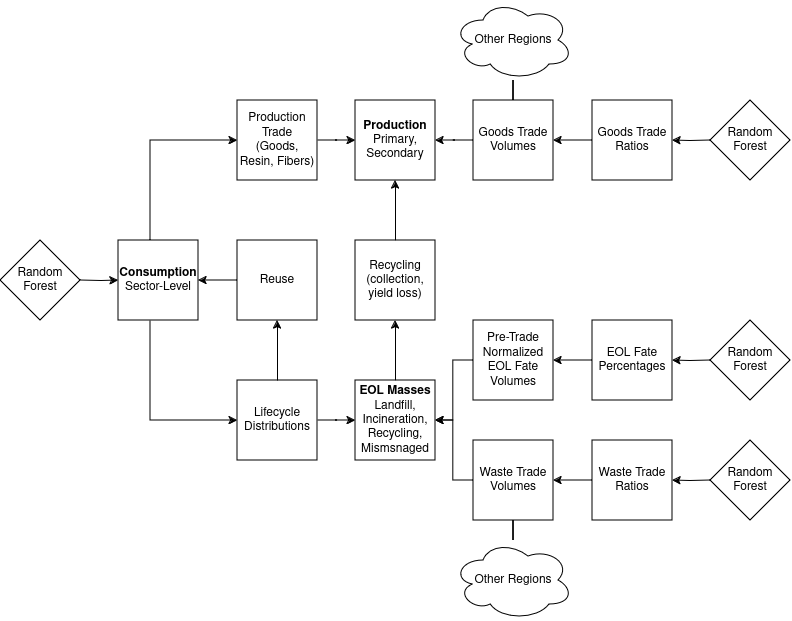
Before: flowChart.png, a diagram exported from draw.io (SchmidtDSE/plastics-interventions-doc). Source tidied: cells renumbered, new cells last; positions are measured from the earlier drawing's top-left corner, leaving out a move shared by most shapes.
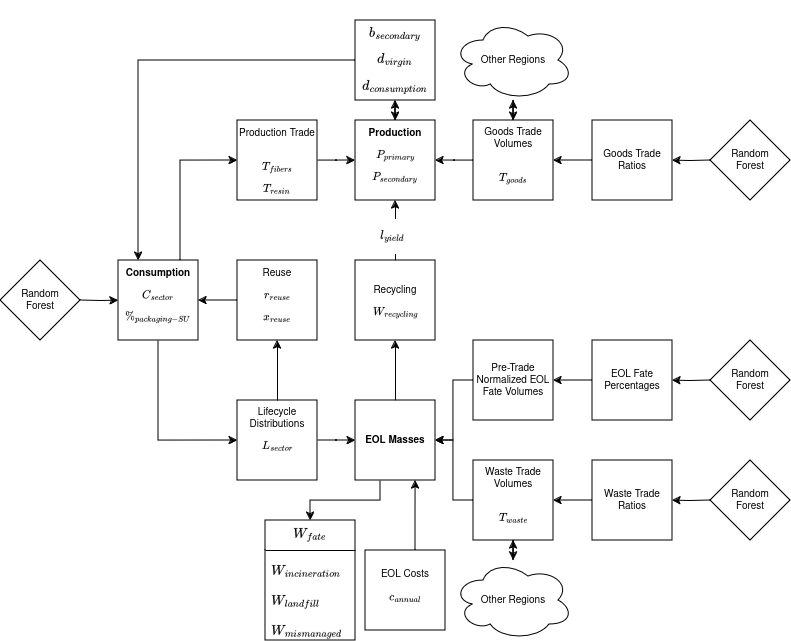
The same file after the commit.

What changed in the source:
```diff
@@ -1,151 +1,191 @@
-<mxGraphModel>
+<mxGraphModel math="1">
   <root>
     <mxCell id="0" />
     <mxCell id="1" parent="0" />
-    <mxCell id="2" style="edgeStyle=orthogonalEdgeStyle;rounded=0;jettySize=auto;html=1;" parent="1" edge="1" target="5">
+    <mxCell id="2" style="edgeStyle=orthogonalEdgeStyle;rounded=0;jettySize=auto;html=1;fontSize=10;" parent="1" edge="1" target="5">
       <mxGeometry relative="1" as="geometry">
         <mxPoint x="80" y="280" as="sourcePoint" />
       </mxGeometry>
     </mxCell>
-    <mxCell id="3" style="edgeStyle=orthogonalEdgeStyle;rounded=0;jettySize=auto;html=1;entryX=0;entryY=0.5;entryDx=0;entryDy=0;" parent="1" edge="1" source="5" target="36">
+    <mxCell id="3" style="edgeStyle=orthogonalEdgeStyle;rounded=0;jettySize=auto;html=1;entryX=0;entryY=0.5;entryDx=0;entryDy=0;fontSize=10;" parent="1" edge="1" source="5" target="36">
       <mxGeometry relative="1" as="geometry">
         <Array as="points">
-          <mxPoint x="150" y="420" />
+          <mxPoint x="158" y="420" />
         </Array>
       </mxGeometry>
     </mxCell>
-    <mxCell id="4" style="edgeStyle=orthogonalEdgeStyle;rounded=0;jettySize=auto;html=1;entryX=0;entryY=0.5;entryDx=0;entryDy=0;" parent="1" edge="1" source="5" target="37">
+    <mxCell id="4" style="edgeStyle=orthogonalEdgeStyle;rounded=0;jettySize=auto;html=1;entryX=0;entryY=0.5;entryDx=0;entryDy=0;fontSize=10;" parent="1" edge="1" source="5" target="37">
       <mxGeometry relative="1" as="geometry">
         <Array as="points">
-          <mxPoint x="150" y="140" />
+          <mxPoint x="180" y="140" />
         </Array>
       </mxGeometry>
     </mxCell>
-    <mxCell id="5" value="&lt;div&gt;Consumption&lt;/div&gt;&lt;div&gt;&lt;span style=&quot;font-weight: normal;&quot;&gt;Sector-Level&lt;/span&gt;&lt;br&gt;&lt;/div&gt;" style="whiteSpace=wrap;html=1;fontStyle=1;flipH=1;" parent="1" vertex="1">
+    <mxCell id="5" value="&lt;div style=&quot;font-size: 10px;&quot;&gt;&lt;br&gt;&lt;/div&gt;&lt;div style=&quot;font-size: 10px;&quot;&gt;Consumption&lt;/div&gt;&lt;div&gt;&lt;span style=&quot;font-weight: normal;&quot;&gt;$$C_{sector}$$ $$\%_{packaging-SU}$$&lt;br&gt;&lt;/span&gt;&lt;/div&gt;" style="whiteSpace=wrap;html=1;fontStyle=1;flipH=1;fontSize=10;" parent="1" vertex="1">
       <mxGeometry x="118" y="240" width="80" height="80" as="geometry" />
     </mxCell>
-    <mxCell id="6" style="edgeStyle=orthogonalEdgeStyle;rounded=0;jettySize=auto;html=1;" parent="1" edge="1" source="36" target="41">
+    <mxCell id="6" style="edgeStyle=orthogonalEdgeStyle;rounded=0;jettySize=auto;html=1;fontSize=10;" parent="1" edge="1" source="36" target="41">
       <mxGeometry relative="1" as="geometry" />
     </mxCell>
-    <mxCell id="7" style="edgeStyle=orthogonalEdgeStyle;rounded=0;jettySize=auto;html=1;" parent="1" edge="1" source="28" target="41">
+    <mxCell id="7" style="edgeStyle=orthogonalEdgeStyle;rounded=0;jettySize=auto;html=1;fontSize=10;" parent="1" edge="1" source="28" target="41">
       <mxGeometry relative="1" as="geometry" />
     </mxCell>
-    <mxCell id="8" style="edgeStyle=orthogonalEdgeStyle;rounded=0;jettySize=auto;html=1;" parent="1" edge="1" source="29" target="41">
+    <mxCell id="8" style="edgeStyle=orthogonalEdgeStyle;rounded=0;jettySize=auto;html=1;fontSize=10;" parent="1" edge="1" source="29" target="41">
       <mxGeometry relative="1" as="geometry" />
     </mxCell>
-    <mxCell id="9" style="edgeStyle=orthogonalEdgeStyle;rounded=0;jettySize=auto;html=1;" parent="1" edge="1" source="24" target="29">
+    <mxCell id="9" style="edgeStyle=orthogonalEdgeStyle;rounded=0;jettySize=auto;html=1;fontSize=10;" parent="1" edge="1" source="24" target="29">
       <mxGeometry relative="1" as="geometry" />
     </mxCell>
-    <mxCell id="10" style="edgeStyle=orthogonalEdgeStyle;rounded=0;jettySize=auto;html=1;" parent="1" edge="1" source="25" target="28">
+    <mxCell id="10" style="edgeStyle=orthogonalEdgeStyle;rounded=0;jettySize=auto;html=1;fontSize=10;" parent="1" edge="1" source="25" target="28">
       <mxGeometry relative="1" as="geometry" />
     </mxCell>
-    <mxCell id="11" style="edgeStyle=orthogonalEdgeStyle;rounded=0;jettySize=auto;html=1;" parent="1" edge="1" target="25">
+    <mxCell id="11" style="edgeStyle=orthogonalEdgeStyle;rounded=0;jettySize=auto;html=1;fontSize=10;" parent="1" edge="1" target="25">
       <mxGeometry relative="1" as="geometry">
         <mxPoint x="710" y="360" as="sourcePoint" />
       </mxGeometry>
     </mxCell>
-    <mxCell id="12" style="edgeStyle=orthogonalEdgeStyle;rounded=0;jettySize=auto;html=1;" parent="1" edge="1" target="24">
+    <mxCell id="12" style="edgeStyle=orthogonalEdgeStyle;rounded=0;jettySize=auto;html=1;fontSize=10;" parent="1" edge="1" target="24">
       <mxGeometry relative="1" as="geometry">
         <mxPoint x="710" y="480" as="sourcePoint" />
       </mxGeometry>
     </mxCell>
-    <mxCell id="13" style="edgeStyle=orthogonalEdgeStyle;rounded=0;jettySize=auto;html=1;entryX=0;entryY=0.5;entryDx=0;entryDy=0;" parent="1" edge="1" source="37" target="42">
+    <mxCell id="13" style="edgeStyle=orthogonalEdgeStyle;rounded=0;jettySize=auto;html=1;entryX=0;entryY=0.5;entryDx=0;entryDy=0;fontSize=10;" parent="1" edge="1" source="37" target="42">
       <mxGeometry relative="1" as="geometry" />
     </mxCell>
-    <mxCell id="14" style="edgeStyle=orthogonalEdgeStyle;rounded=0;jettySize=auto;html=1;entryX=1;entryY=0.5;entryDx=0;entryDy=0;" parent="1" edge="1" source="30" target="42">
+    <mxCell id="14" style="edgeStyle=orthogonalEdgeStyle;rounded=0;jettySize=auto;html=1;entryX=1;entryY=0.5;entryDx=0;entryDy=0;fontSize=10;" parent="1" edge="1" source="30" target="42">
       <mxGeometry relative="1" as="geometry" />
     </mxCell>
-    <mxCell id="15" style="edgeStyle=orthogonalEdgeStyle;rounded=0;jettySize=auto;html=1;" parent="1" edge="1" source="26" target="30">
+    <mxCell id="15" style="edgeStyle=orthogonalEdgeStyle;rounded=0;jettySize=auto;html=1;fontSize=10;" parent="1" edge="1" source="26" target="30">
       <mxGeometry relative="1" as="geometry" />
     </mxCell>
-    <mxCell id="16" style="edgeStyle=orthogonalEdgeStyle;rounded=0;jettySize=auto;html=1;" parent="1" edge="1" target="26">
+    <mxCell id="16" style="edgeStyle=orthogonalEdgeStyle;rounded=0;jettySize=auto;html=1;fontSize=10;" parent="1" edge="1" target="26">
       <mxGeometry relative="1" as="geometry">
         <mxPoint x="710" y="140" as="sourcePoint" />
       </mxGeometry>
     </mxCell>
-    <mxCell id="17" style="edgeStyle=orthogonalEdgeStyle;rounded=0;jettySize=auto;html=1;" parent="1" edge="1" source="38" target="5">
+    <mxCell id="17" style="edgeStyle=orthogonalEdgeStyle;rounded=0;jettySize=auto;html=1;fontSize=10;" parent="1" edge="1" source="38" target="5">
       <mxGeometry relative="1" as="geometry" />
     </mxCell>
-    <mxCell id="18" value="&lt;div&gt;Random&lt;/div&gt;&lt;div&gt;Forest&lt;br&gt;&lt;/div&gt;" style="rhombus;whiteSpace=wrap;html=1;flipH=1;" parent="1" vertex="1">
+    <mxCell id="18" value="&lt;div style=&quot;font-size: 10px;&quot;&gt;Random&lt;/div&gt;&lt;div style=&quot;font-size: 10px;&quot;&gt;Forest&lt;br style=&quot;font-size: 10px;&quot;&gt;&lt;/div&gt;" style="rhombus;whiteSpace=wrap;html=1;flipH=1;fontSize=10;" parent="1" vertex="1">
       <mxGeometry y="240" width="80" height="80" as="geometry" />
     </mxCell>
-    <mxCell id="19" style="group;flipH=1;" parent="1" vertex="1">
+    <mxCell id="19" style="group;flipH=1;fontSize=10;" parent="1" vertex="1">
       <mxGeometry x="710" y="100" width="80" height="420" as="geometry" />
     </mxCell>
-    <mxCell id="20" value="&lt;div&gt;Random&lt;/div&gt;&lt;div&gt;Forest&lt;br&gt;&lt;/div&gt;" style="rhombus;whiteSpace=wrap;html=1;" parent="19" vertex="1">
+    <mxCell id="20" value="&lt;div style=&quot;font-size: 10px;&quot;&gt;Random&lt;/div&gt;&lt;div style=&quot;font-size: 10px;&quot;&gt;Forest&lt;br style=&quot;font-size: 10px;&quot;&gt;&lt;/div&gt;" style="rhombus;whiteSpace=wrap;html=1;fontSize=10;" parent="19" vertex="1">
       <mxGeometry width="80" height="80" as="geometry" />
     </mxCell>
-    <mxCell id="21" value="&lt;div&gt;Random&lt;/div&gt;&lt;div&gt;Forest&lt;br&gt;&lt;/div&gt;" style="rhombus;whiteSpace=wrap;html=1;" parent="19" vertex="1">
+    <mxCell id="21" value="&lt;div style=&quot;font-size: 10px;&quot;&gt;Random&lt;/div&gt;&lt;div style=&quot;font-size: 10px;&quot;&gt;Forest&lt;br style=&quot;font-size: 10px;&quot;&gt;&lt;/div&gt;" style="rhombus;whiteSpace=wrap;html=1;fontSize=10;" parent="19" vertex="1">
       <mxGeometry y="220" width="80" height="80" as="geometry" />
     </mxCell>
-    <mxCell id="22" value="&lt;div&gt;Random&lt;/div&gt;&lt;div&gt;Forest&lt;br&gt;&lt;/div&gt;" style="rhombus;whiteSpace=wrap;html=1;" parent="19" vertex="1">
+    <mxCell id="22" value="&lt;div style=&quot;font-size: 10px;&quot;&gt;Random&lt;/div&gt;&lt;div style=&quot;font-size: 10px;&quot;&gt;Forest&lt;br style=&quot;font-size: 10px;&quot;&gt;&lt;/div&gt;" style="rhombus;whiteSpace=wrap;html=1;fontSize=10;" parent="19" vertex="1">
       <mxGeometry y="340" width="80" height="80" as="geometry" />
     </mxCell>
-    <mxCell id="23" style="group;flipH=1;" parent="1" vertex="1">
+    <mxCell id="23" style="group;flipH=1;fontSize=10;" parent="1" vertex="1">
       <mxGeometry x="592" y="100" width="80" height="420" as="geometry" />
     </mxCell>
-    <mxCell id="24" value="Waste Trade Ratios" style="whiteSpace=wrap;html=1;" parent="23" vertex="1">
+    <mxCell id="24" value="Waste Trade Ratios" style="whiteSpace=wrap;html=1;fontSize=10;" parent="23" vertex="1">
       <mxGeometry y="340" width="80" height="80" as="geometry" />
     </mxCell>
-    <mxCell id="25" value="EOL Fate Percentages" style="whiteSpace=wrap;html=1;" parent="23" vertex="1">
+    <mxCell id="25" value="EOL Fate Percentages" style="whiteSpace=wrap;html=1;fontSize=10;" parent="23" vertex="1">
       <mxGeometry y="220" width="80" height="80" as="geometry" />
     </mxCell>
-    <mxCell id="26" value="&lt;div&gt;Goods Trade&lt;/div&gt;&lt;div&gt;Ratios&lt;br&gt;&lt;/div&gt;" style="whiteSpace=wrap;html=1;" parent="23" vertex="1">
+    <mxCell id="26" value="&lt;div style=&quot;font-size: 10px;&quot;&gt;Goods Trade&lt;/div&gt;&lt;div style=&quot;font-size: 10px;&quot;&gt;Ratios&lt;br style=&quot;font-size: 10px;&quot;&gt;&lt;/div&gt;" style="whiteSpace=wrap;html=1;fontSize=10;" parent="23" vertex="1">
       <mxGeometry width="80" height="80" as="geometry" />
     </mxCell>
-    <mxCell id="27" style="group;flipH=1;" parent="1" vertex="1">
-      <mxGeometry x="453" width="120" height="620" as="geometry" />
-    </mxCell>
+    <mxCell id="35" style="group;flipH=1;fontSize=10;" parent="1" vertex="1">
+      <mxGeometry x="237" y="100" width="80" height="360" as="geometry" />
+    </mxCell>
+    <mxCell id="36" value="&lt;div style=&quot;font-size: 10px;&quot;&gt;Lifecycle&lt;/div&gt;&lt;div style=&quot;font-size: 10px;&quot;&gt;Distributions&lt;br style=&quot;font-size: 10px;&quot;&gt;&lt;/div&gt;&lt;div&gt;$$L_{sector}$$&lt;br&gt;&lt;/div&gt;" style="whiteSpace=wrap;html=1;fontSize=10;" parent="35" vertex="1">
+      <mxGeometry y="280" width="80" height="80" as="geometry" />
+    </mxCell>
+    <mxCell id="37" value="&lt;div style=&quot;font-size: 10px;&quot;&gt;&lt;br&gt;&lt;/div&gt;&lt;div style=&quot;font-size: 10px;&quot;&gt;Production Trade&lt;/div&gt;&amp;nbsp;$$T_{fibers}$$ $$T_{resin}$$" style="whiteSpace=wrap;html=1;fontSize=10;" parent="35" vertex="1">
+      <mxGeometry width="80" height="80" as="geometry" />
+    </mxCell>
+    <mxCell id="38" value="&lt;div&gt;Reuse&lt;/div&gt;$$r_{reuse}$$ $$x_{reuse}$$" style="whiteSpace=wrap;html=1;fontSize=10;" parent="35" vertex="1">
+      <mxGeometry y="140" width="80" height="80" as="geometry" />
+    </mxCell>
+    <mxCell id="39" style="edgeStyle=orthogonalEdgeStyle;rounded=0;jettySize=auto;html=1;fontSize=10;" parent="35" edge="1" source="36" target="38">
+      <mxGeometry relative="1" as="geometry" />
+    </mxCell>
+    <mxCell id="40" style="edgeStyle=orthogonalEdgeStyle;rounded=0;jettySize=auto;html=1;fontSize=10;" parent="1" edge="1" source="41" target="44">
+      <mxGeometry relative="1" as="geometry" />
+    </mxCell>
+    <mxCell id="45" style="edgeStyle=orthogonalEdgeStyle;rounded=0;jettySize=auto;html=1;" parent="1" edge="1" source="41" target="47">
+      <mxGeometry relative="1" as="geometry">
+        <Array as="points">
+          <mxPoint x="380" y="480" />
+          <mxPoint x="310" y="480" />
+        </Array>
+      </mxGeometry>
+    </mxCell>
+    <mxCell id="41" value="&lt;div style=&quot;font-size: 10px;&quot;&gt;EOL Masses&lt;/div&gt;" style="whiteSpace=wrap;html=1;fontStyle=1;fontSize=10;" parent="1" vertex="1">
+      <mxGeometry x="355" y="380" width="80" height="80" as="geometry" />
+    </mxCell>
+    <mxCell id="42" value="&lt;div style=&quot;font-size: 10px;&quot;&gt;&lt;br&gt;&lt;/div&gt;&lt;div style=&quot;font-size: 10px;&quot;&gt;Production&lt;/div&gt;&lt;div style=&quot;font-size: 10px;&quot;&gt;&lt;span style=&quot;font-weight: normal; font-size: 10px;&quot;&gt;$$P_{primary}$$ $$P_{secondary}$$&lt;br&gt;&lt;/span&gt;&lt;/div&gt;" style="whiteSpace=wrap;html=1;fontStyle=1;fontSize=10;" parent="1" vertex="1">
+      <mxGeometry x="355" y="100" width="80" height="80" as="geometry" />
+    </mxCell>
+    <mxCell id="43" style="edgeStyle=orthogonalEdgeStyle;rounded=0;jettySize=auto;html=1;fontSize=10;" parent="1" edge="1" source="44" target="42">
+      <mxGeometry relative="1" as="geometry" />
+    </mxCell>
+    <mxCell id="46" value="$$l_{yield}$$" style="edgeLabel;html=1;align=center;verticalAlign=middle;" parent="43" vertex="1">
+      <mxGeometry x="-0.17" y="4" relative="1" as="geometry" />
+    </mxCell>
+    <mxCell id="44" value="&lt;div style=&quot;font-size: 10px;&quot;&gt;&lt;br&gt;&lt;/div&gt;&lt;div style=&quot;font-size: 10px;&quot;&gt;Recycling&lt;/div&gt;&lt;div&gt;$$W_{recycling}$$&lt;/div&gt;" style="whiteSpace=wrap;html=1;fontSize=10;" parent="1" vertex="1">
+      <mxGeometry x="355" y="240" width="80" height="80" as="geometry" />
+    </mxCell>
+    <mxCell id="47" value="$$W_{fate}$$" style="swimlane;fontStyle=0;horizontal=1;startSize=30;whiteSpace=wrap;html=1;" parent="1" vertex="1">
+      <mxGeometry x="265" y="500" width="90" height="120" as="geometry" />
+    </mxCell>
+    <mxCell id="48" value="$$W_{incineration}$$" style="text;strokeColor=none;fillColor=none;align=left;verticalAlign=middle;spacingLeft=4;spacingRight=4;overflow=hidden;whiteSpace=wrap;html=1;" parent="47" vertex="1">
+      <mxGeometry y="30" width="90" height="30" as="geometry" />
+    </mxCell>
+    <mxCell id="49" value="$$W_{landfill}$$" style="text;strokeColor=none;fillColor=none;align=left;verticalAlign=middle;spacingLeft=4;spacingRight=4;overflow=hidden;whiteSpace=wrap;html=1;" parent="47" vertex="1">
+      <mxGeometry y="60" width="90" height="30" as="geometry" />
+    </mxCell>
+    <mxCell id="50" value="$$W_{mismanaged}$$" style="text;strokeColor=none;fillColor=none;align=left;verticalAlign=middle;spacingLeft=4;spacingRight=4;overflow=hidden;whiteSpace=wrap;html=1;" parent="47" vertex="1">
+      <mxGeometry y="90" width="90" height="30" as="geometry" />
+    </mxCell>
+    <mxCell id="51" style="edgeStyle=orthogonalEdgeStyle;rounded=0;jettySize=auto;html=1;startArrow=classic;startFill=1;" parent="1" edge="1" source="53" target="42">
+      <mxGeometry relative="1" as="geometry" />
+    </mxCell>
+    <mxCell id="52" style="edgeStyle=orthogonalEdgeStyle;rounded=0;jettySize=auto;html=1;entryX=0.25;entryY=0;entryDx=0;entryDy=0;" parent="1" edge="1" source="53" target="5">
+      <mxGeometry relative="1" as="geometry" />
+    </mxCell>
+    <mxCell id="53" value="&lt;div&gt;&lt;br&gt;&lt;/div&gt;&lt;div&gt;$$b_{secondary}$$ $$d_{virgin}$$ $$d_{consumption}$$&lt;br&gt;&lt;/div&gt;" style="whiteSpace=wrap;html=1;" parent="1" vertex="1">
+      <mxGeometry x="355" width="80" height="80" as="geometry" />
+    </mxCell>
+    <mxCell id="54" style="edgeStyle=orthogonalEdgeStyle;rounded=0;jettySize=auto;html=1;entryX=0.75;entryY=1;entryDx=0;entryDy=0;" parent="1" edge="1" source="55" target="41">
+      <mxGeometry relative="1" as="geometry">
+        <Array as="points">
+          <mxPoint x="415" y="490" />
+          <mxPoint x="415" y="490" />
+        </Array>
+      </mxGeometry>
+    </mxCell>
+    <mxCell id="55" value="&lt;font style=&quot;font-size: 10px;&quot;&gt;EOL Costs&lt;br&gt;&lt;/font&gt;&lt;div style=&quot;font-size: 10px;&quot;&gt;&lt;font style=&quot;font-size: 10px;&quot;&gt;$$c_{annual}$$&lt;/font&gt;&lt;/div&gt;" style="whiteSpace=wrap;html=1;" parent="1" vertex="1">
+      <mxGeometry x="365" y="530" width="80" height="80" as="geometry" />
+    </mxCell>
-    <mxCell id="28" value="&lt;div&gt;Pre-Trade&lt;br&gt;&lt;/div&gt;&lt;div&gt;Normalized EOL Fate Volumes&lt;/div&gt;" style="whiteSpace=wrap;html=1;" parent="27" vertex="1">
-      <mxGeometry x="20" y="320" width="80" height="80" as="geometry" />
+    <mxCell id="28" value="&lt;div style=&quot;font-size: 10px;&quot;&gt;Pre-Trade&lt;br style=&quot;font-size: 10px;&quot;&gt;&lt;/div&gt;&lt;div style=&quot;font-size: 10px;&quot;&gt;Normalized EOL Fate Volumes&lt;/div&gt;" style="whiteSpace=wrap;html=1;fontSize=10;" parent="1" vertex="1">
+      <mxGeometry x="473" y="320" width="80" height="80" as="geometry" />
     </mxCell>
-    <mxCell id="29" value="&lt;div&gt;Waste Trade&lt;/div&gt;&lt;div&gt;Volumes&lt;br&gt;&lt;/div&gt;" style="whiteSpace=wrap;html=1;" parent="27" vertex="1">
-      <mxGeometry x="20" y="440" width="80" height="80" as="geometry" />
+    <mxCell id="29" value="&lt;div style=&quot;font-size: 10px;&quot;&gt;&lt;br&gt;&lt;/div&gt;&lt;div style=&quot;font-size: 10px;&quot;&gt;Waste Trade&lt;/div&gt;&lt;div style=&quot;font-size: 10px;&quot;&gt;Volumes&lt;br style=&quot;font-size: 10px;&quot;&gt;&lt;/div&gt;&lt;div&gt;&lt;br&gt;&lt;/div&gt;&lt;div&gt;$$T_{waste}$$&lt;br&gt;&lt;/div&gt;" style="whiteSpace=wrap;html=1;fontSize=10;" parent="1" vertex="1">
+      <mxGeometry x="473" y="440" width="80" height="80" as="geometry" />
     </mxCell>
-    <mxCell id="30" value="&lt;div&gt;Goods Trade&lt;/div&gt;&lt;div&gt;Volumes&lt;br&gt;&lt;/div&gt;" style="whiteSpace=wrap;html=1;" parent="27" vertex="1">
-      <mxGeometry x="20" y="100" width="80" height="80" as="geometry" />
+    <mxCell id="30" value="&lt;div style=&quot;font-size: 10px;&quot;&gt;Goods Trade&lt;/div&gt;&lt;div style=&quot;font-size: 10px;&quot;&gt;Volumes&lt;br style=&quot;font-size: 10px;&quot;&gt;&lt;/div&gt;&lt;div&gt;&lt;br&gt;&lt;/div&gt;&lt;div&gt;$$T_{goods}$$&lt;/div&gt;" style="whiteSpace=wrap;html=1;fontSize=10;" parent="1" vertex="1">
+      <mxGeometry x="473" y="100" width="80" height="80" as="geometry" />
     </mxCell>
-    <mxCell id="31" value="Other Regions" style="ellipse;shape=cloud;whiteSpace=wrap;html=1;" parent="27" vertex="1">
-      <mxGeometry width="120" height="80" as="geometry" />
+    <mxCell id="31" value="Other Regions" style="ellipse;shape=cloud;whiteSpace=wrap;html=1;fontSize=10;" parent="1" vertex="1">
+      <mxGeometry x="453" width="120" height="80" as="geometry" />
     </mxCell>
-    <mxCell id="32" value="Other Regions" style="ellipse;shape=cloud;whiteSpace=wrap;html=1;" parent="27" vertex="1">
-      <mxGeometry y="540" width="120" height="80" as="geometry" />
+    <mxCell id="32" value="Other Regions" style="ellipse;shape=cloud;whiteSpace=wrap;html=1;fontSize=10;" parent="1" vertex="1">
+      <mxGeometry x="453" y="540" width="120" height="80" as="geometry" />
     </mxCell>
-    <mxCell id="33" style="edgeStyle=orthogonalEdgeStyle;rounded=0;jettySize=auto;html=1;endArrow=none;endFill=0;" parent="27" edge="1" source="30" target="31">
+    <mxCell id="33" style="edgeStyle=orthogonalEdgeStyle;rounded=0;jettySize=auto;html=1;endArrow=classic;endFill=1;fontSize=10;startArrow=classic;startFill=1;" parent="1" edge="1" source="30" target="31">
       <mxGeometry relative="1" as="geometry" />
     </mxCell>
-    <mxCell id="34" style="edgeStyle=orthogonalEdgeStyle;rounded=0;jettySize=auto;html=1;endArrow=none;endFill=0;" parent="27" edge="1" source="29" target="32">
+    <mxCell id="34" style="edgeStyle=orthogonalEdgeStyle;rounded=0;jettySize=auto;html=1;endArrow=classic;endFill=1;fontSize=10;startArrow=classic;startFill=1;" parent="1" edge="1" source="29" target="32">
       <mxGeometry relative="1" as="geometry" />
     </mxCell>
-    <mxCell id="35" style="group;flipH=1;" parent="1" vertex="1">
-      <mxGeometry x="237" y="100" width="80" height="360" as="geometry" />
-    </mxCell>
-    <mxCell id="36" value="&lt;div&gt;Lifecycle&lt;/div&gt;&lt;div&gt;Distributions&lt;br&gt;&lt;/div&gt;" style="whiteSpace=wrap;html=1;" parent="35" vertex="1">
-      <mxGeometry y="280" width="80" height="80" as="geometry" />
-    </mxCell>
-    <mxCell id="37" value="&lt;div&gt;Production Trade&lt;/div&gt;&lt;div&gt;(Goods, Resin, Fibers)&lt;br&gt;&lt;/div&gt;" style="whiteSpace=wrap;html=1;" parent="35" vertex="1">
-      <mxGeometry width="80" height="80" as="geometry" />
-    </mxCell>
-    <mxCell id="38" value="Reuse" style="whiteSpace=wrap;html=1;" parent="35" vertex="1">
-      <mxGeometry y="140" width="80" height="80" as="geometry" />
-    </mxCell>
-    <mxCell id="39" style="edgeStyle=orthogonalEdgeStyle;rounded=0;jettySize=auto;html=1;" parent="35" edge="1" source="36" target="38">
-      <mxGeometry relative="1" as="geometry" />
-    </mxCell>
-    <mxCell id="40" style="edgeStyle=orthogonalEdgeStyle;rounded=0;jettySize=auto;html=1;" parent="1" edge="1" source="41" target="44">
-      <mxGeometry relative="1" as="geometry" />
-    </mxCell>
-    <mxCell id="41" value="&lt;div&gt;EOL Masses&lt;/div&gt;&lt;div&gt;&lt;span style=&quot;font-weight: normal;&quot;&gt;Landfill, Incineration, Recycling, Mismsnaged&lt;/span&gt;&lt;br&gt;&lt;/div&gt;" style="whiteSpace=wrap;html=1;fontStyle=1;" parent="1" vertex="1">
-      <mxGeometry x="355" y="380" width="80" height="80" as="geometry" />
-    </mxCell>
-    <mxCell id="42" value="&lt;div&gt;Production&lt;/div&gt;&lt;div&gt;&lt;span style=&quot;font-weight: normal;&quot;&gt;Primary, Secondary&lt;/span&gt;&lt;/div&gt;" style="whiteSpace=wrap;html=1;fontStyle=1;" parent="1" vertex="1">
-      <mxGeometry x="355" y="100" width="80" height="80" as="geometry" />
-    </mxCell>
-    <mxCell id="43" style="edgeStyle=orthogonalEdgeStyle;rounded=0;jettySize=auto;html=1;" parent="1" edge="1" source="44" target="42">
-      <mxGeometry relative="1" as="geometry" />
-    </mxCell>
-    <mxCell id="44" value="&lt;div&gt;Recycling&lt;/div&gt;&lt;div&gt;(collection, yield loss)&lt;br&gt;&lt;/div&gt;" style="whiteSpace=wrap;html=1;" parent="1" vertex="1">
-      <mxGeometry x="355" y="240" width="80" height="80" as="geometry" />
-    </mxCell>
   </root>
 </mxGraphModel>
```
